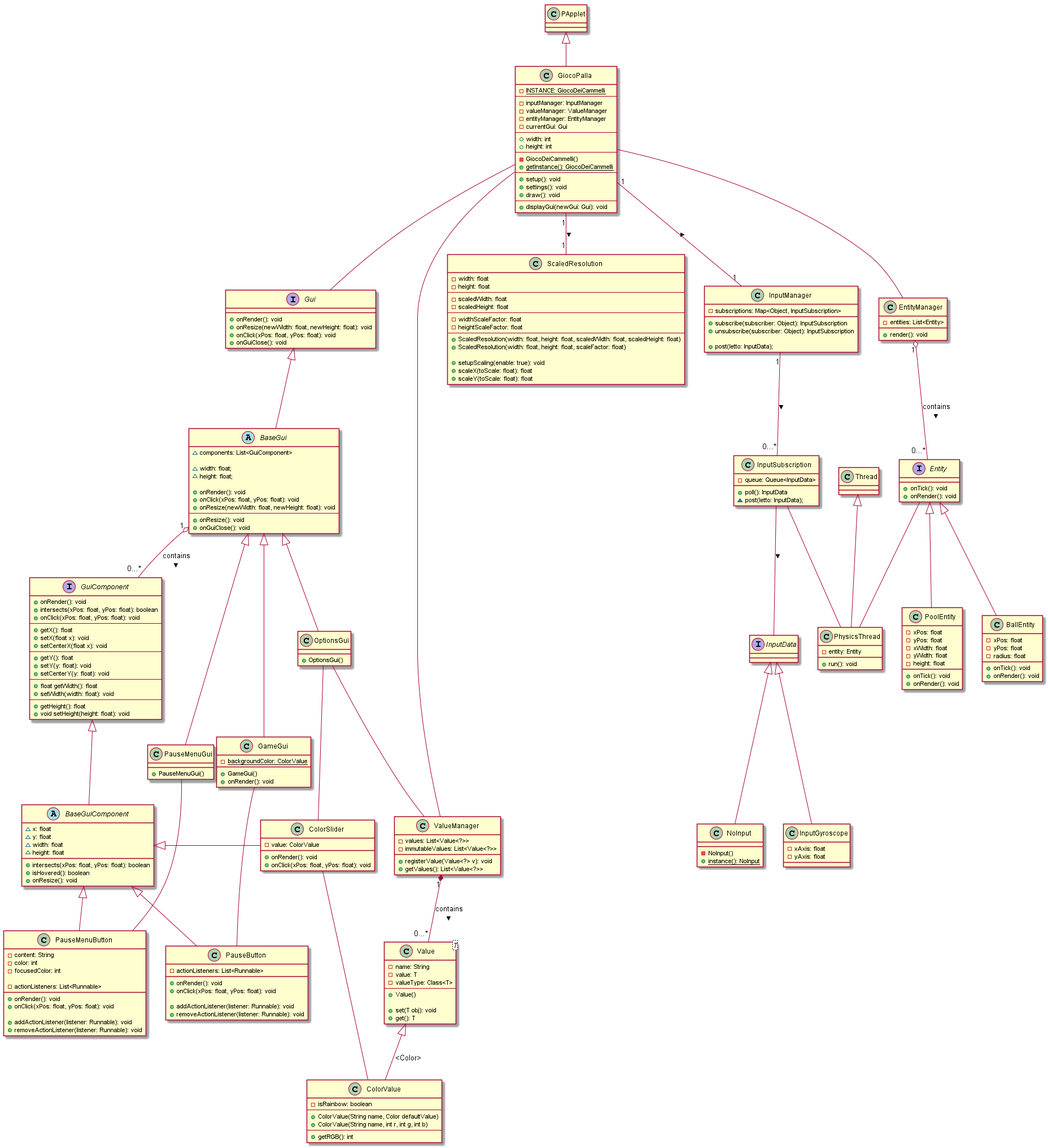
The PlantUML diagram docs/DIAGRAMMA_CLASSI.png in Furrrlo/GiocoDeiCammelli, before a commit.
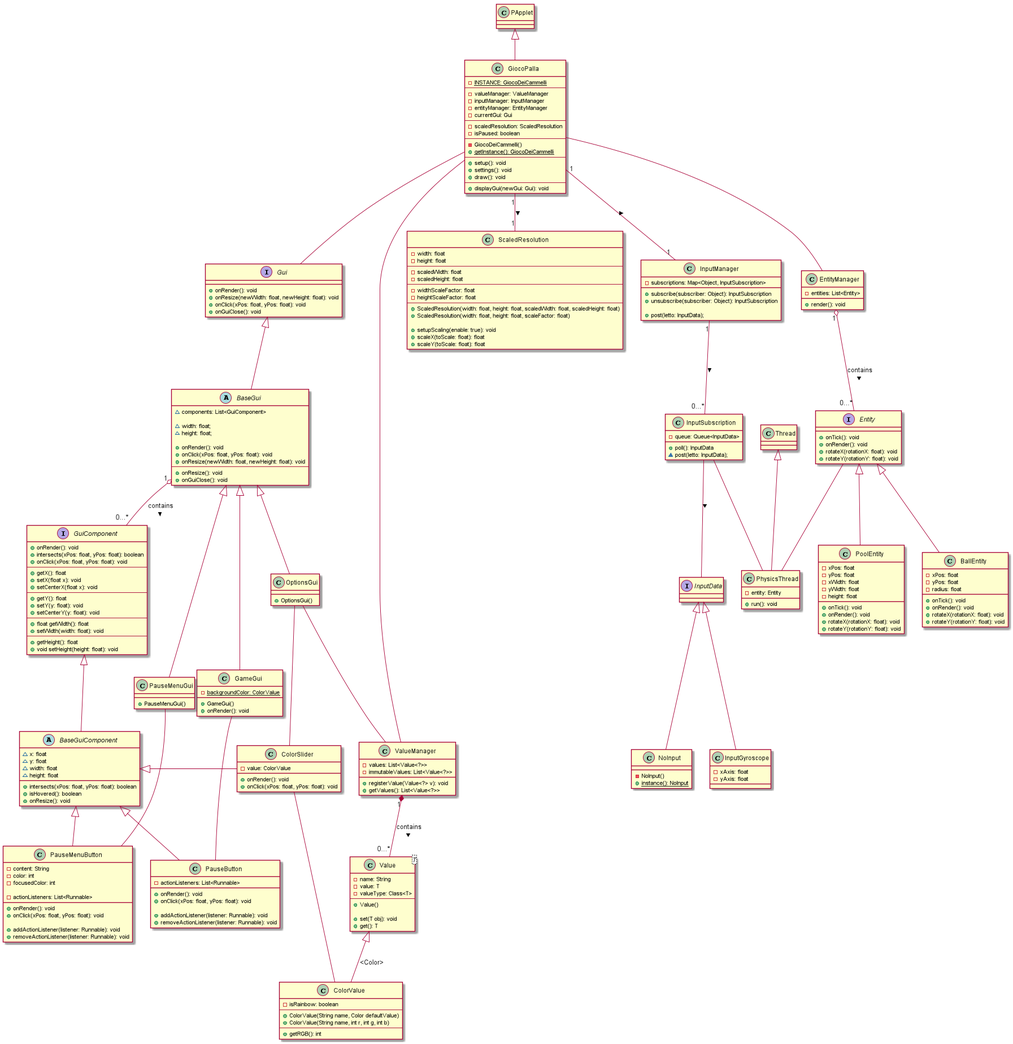
After the change.

Commit message:
Updated class diagram

Change to the diagram source:
```diff
@@ -5,13 +5,13 @@
 class GiocoPalla {
     -{static}INSTANCE: GiocoDeiCammelli
     --
+    -valueManager: ValueManager
     -inputManager: InputManager
-    -valueManager: ValueManager
     -entityManager: EntityManager
     -currentGui: Gui
     --
-    +width: int
-    +height: int
+    -scaledResolution: ScaledResolution
+    -isPaused: boolean
     --
     -GiocoDeiCammelli()
     +{static} getInstance(): GiocoDeiCammelli
@@ -163,6 +163,8 @@
 interface Entity {
     +onTick(): void
     +onRender(): void
+    +rotateX(rotationX: float): void
+    +rotateY(rotationY: float): void
 }
 
 Thread <|-- PhysicsThread
@@ -184,6 +186,8 @@
 
     +onTick(): void
     +onRender(): void
+    +rotateX(rotationX: float): void
+    +rotateY(rotationY: float): void
 }
 
 Entity <|-- PoolEntity
@@ -197,6 +201,8 @@
 
     +onTick(): void
     +onRender(): void
+    +rotateX(rotationX: float): void
+    +rotateY(rotationY: float): void
 }
 
 BaseGui <|-- PauseMenuGui
```
